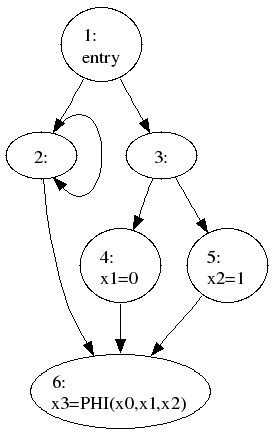
This is book/part1/vanilla/img/ssa_example.png from pfalcon/ssabook, a Graphviz export, as it was before one commit. Its source is kept beside it as book/part1/vanilla/img/ssa_example.dot. Its diagram source:
```dot
 digraph graphname {

     a [label="1:\lentry"];
     b [label="2:"];
     c [label="3:"];
     d [label="4:\lx1=0"];
     e [label="5:\lx2=1"];
     g [label="6:\lx3=PHI(x0,x1,x2)"];

     a -> b
     a -> c
     c -> d
     c -> e
     d -> g
     e -> g
     b -> b
     b -> g

 }
```
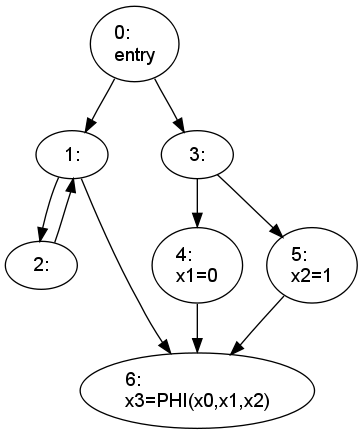
The same file after the commit.

The edit, as a diff of the source:
```diff
@@ -1,19 +1,21 @@
  digraph graphname {
 
-     a [label="1:\lentry"];
-     b [label="2:"];
+     a [label="0:\lentry"];
+     b [label="1:"];
+     bb [label="2:"];
      c [label="3:"];
      d [label="4:\lx1=0"];
      e [label="5:\lx2=1"];
      g [label="6:\lx3=PHI(x0,x1,x2)"];
 
      a -> b
+     b -> bb
      a -> c
      c -> d
      c -> e
      d -> g
      e -> g
-     b -> b
+     bb -> b
      b -> g
 
  }
```
